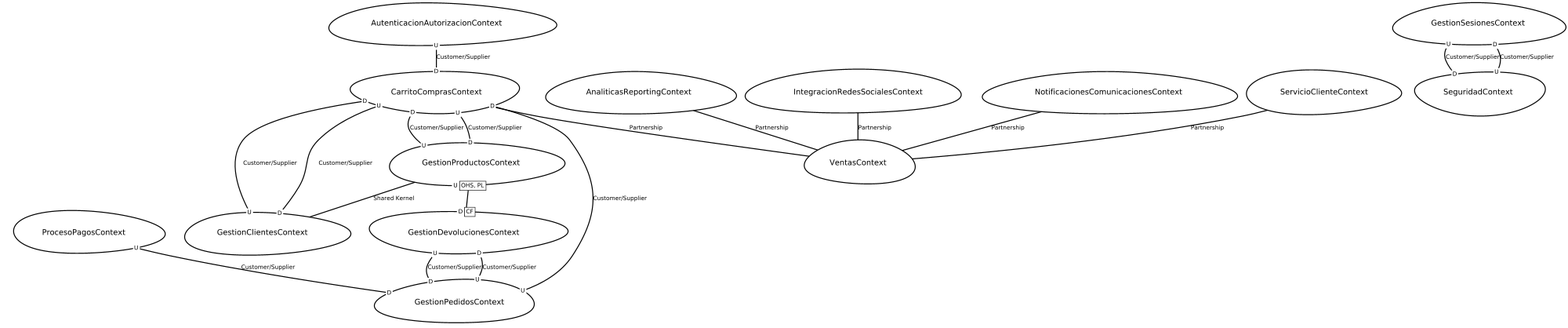
Earlier version of the Graphviz export src-gen/LAB02_proyectoEcomerce_ContexMapper_ContextMap.png (Jhonat20/LAB02_proyectoEcomerce_ContexMapper). Its source is kept beside it as src-gen/LAB02_proyectoEcomerce_ContexMapper_ContextMap.gv.
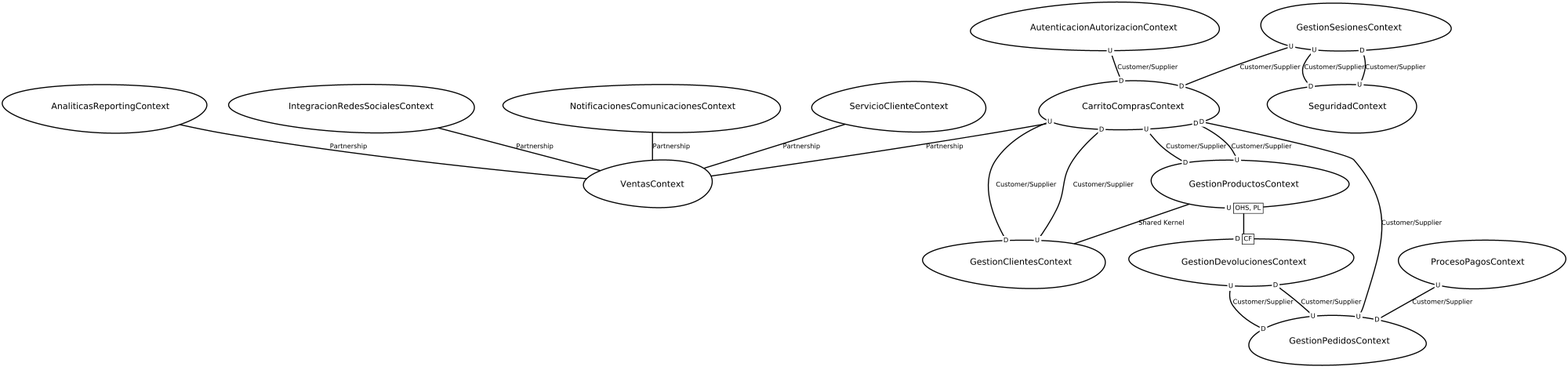
Later version of the same file.

Diff of the diagram source:
```diff
@@ -1,26 +1,21 @@
 digraph "ContextMapGraph" {
 graph ["imagepath"="/tmp/GraphvizJava"]
-"AnaliticasReportingContext" ["margin"="0.3","orientation"="70","shape"="egg","fontsize"="16","style"="bold","label"="AnaliticasReportingContext\n","fontname"="sans-serif"]
-"VentasContext" ["margin"="0.3","orientation"="142","shape"="egg","fontsize"="16","style"="bold","label"="VentasContext\n","fontname"="sans-serif"]
-"AutenticacionAutorizacionContext" ["margin"="0.3","orientation"="274","shape"="egg","fontsize"="16","style"="bold","label"="AutenticacionAutorizacionContext\n","fontname"="sans-serif"]
-"CarritoComprasContext" ["margin"="0.3","orientation"="65","shape"="egg","fontsize"="16","style"="bold","label"="CarritoComprasContext\n","fontname"="sans-serif"]
-"GestionProductosContext" ["margin"="0.3","orientation"="29","shape"="egg","fontsize"="16","style"="bold","label"="GestionProductosContext\n","fontname"="sans-serif"]
-"GestionDevolucionesContext" ["margin"="0.3","orientation"="94","shape"="egg","fontsize"="16","style"="bold","label"="GestionDevolucionesContext\n","fontname"="sans-serif"]
-"GestionPedidosContext" ["margin"="0.3","orientation"="313","shape"="egg","fontsize"="16","style"="bold","label"="GestionPedidosContext\n","fontname"="sans-serif"]
-"GestionClientesContext" ["margin"="0.3","orientation"="98","shape"="egg","fontsize"="16","style"="bold","label"="GestionClientesContext\n","fontname"="sans-serif"]
-"GestionSesionesContext" ["margin"="0.3","orientation"="345","shape"="egg","fontsize"="16","style"="bold","label"="GestionSesionesContext\n","fontname"="sans-serif"]
-"SeguridadContext" ["margin"="0.3","orientation"="119","shape"="egg","fontsize"="16","style"="bold","label"="SeguridadContext\n","fontname"="sans-serif"]
-"IntegracionRedesSocialesContext" ["margin"="0.3","orientation"="290","shape"="egg","fontsize"="16","style"="bold","label"="IntegracionRedesSocialesContext\n","fontname"="sans-serif"]
-"NotificacionesComunicacionesContext" ["margin"="0.3","orientation"="130","shape"="egg","fontsize"="16","style"="bold","label"="NotificacionesComunicacionesContext\n","fontname"="sans-serif"]
-"ProcesoPagosContext" ["margin"="0.3","orientation"="217","shape"="egg","fontsize"="16","style"="bold","label"="ProcesoPagosContext\n","fontname"="sans-serif"]
-"ServicioClienteContext" ["margin"="0.3","orientation"="69","shape"="egg","fontsize"="16","style"="bold","label"="ServicioClienteContext\n","fontname"="sans-serif"]
+"AnaliticasReportingContext" ["margin"="0.3","orientation"="3","shape"="egg","fontsize"="16","style"="bold","label"="AnaliticasReportingContext\n","fontname"="sans-serif"]
+"VentasContext" ["margin"="0.3","orientation"="323","shape"="egg","fontsize"="16","style"="bold","label"="VentasContext\n","fontname"="sans-serif"]
+"AutenticacionAutorizacionContext" ["margin"="0.3","orientation"="72","shape"="egg","fontsize"="16","style"="bold","label"="AutenticacionAutorizacionContext\n","fontname"="sans-serif"]
+"CarritoComprasContext" ["margin"="0.3","orientation"="109","shape"="egg","fontsize"="16","style"="bold","label"="CarritoComprasContext\n","fontname"="sans-serif"]
+"GestionClientesContext" ["margin"="0.3","orientation"="235","shape"="egg","fontsize"="16","style"="bold","label"="GestionClientesContext\n","fontname"="sans-serif"]
+"GestionProductosContext" ["margin"="0.3","orientation"="86","shape"="egg","fontsize"="16","style"="bold","label"="GestionProductosContext\n","fontname"="sans-serif"]
+"GestionDevolucionesContext" ["margin"="0.3","orientation"="156","shape"="egg","fontsize"="16","style"="bold","label"="GestionDevolucionesContext\n","fontname"="sans-serif"]
+"GestionPedidosContext" ["margin"="0.3","orientation"="21","shape"="egg","fontsize"="16","style"="bold","label"="GestionPedidosContext\n","fontname"="sans-serif"]
+"GestionSesionesContext" ["margin"="0.3","orientation"="159","shape"="egg","fontsize"="16","style"="bold","label"="GestionSesionesContext\n","fontname"="sans-serif"]
+"SeguridadContext" ["margin"="0.3","orientation"="25","shape"="egg","fontsize"="16","style"="bold","label"="SeguridadContext\n","fontname"="sans-serif"]
+"IntegracionRedesSocialesContext" ["margin"="0.3","orientation"="319","shape"="egg","fontsize"="16","style"="bold","label"="IntegracionRedesSocialesContext\n","fontname"="sans-serif"]
+"NotificacionesComunicacionesContext" ["margin"="0.3","orientation"="182","shape"="egg","fontsize"="16","style"="bold","label"="NotificacionesComunicacionesContext\n","fontname"="sans-serif"]
+"ProcesoPagosContext" ["margin"="0.3","orientation"="150","shape"="egg","fontsize"="16","style"="bold","label"="ProcesoPagosContext\n","fontname"="sans-serif"]
+"ServicioClienteContext" ["margin"="0.3","orientation"="160","shape"="egg","fontsize"="16","style"="bold","label"="ServicioClienteContext\n","fontname"="sans-serif"]
 "AnaliticasReportingContext" -> "VentasContext" ["fontsize"="12","style"="bold","label"="Partnership","dir"="none","fontname"="sans-serif"]
 "AutenticacionAutorizacionContext" -> "CarritoComprasContext" ["headlabel"=<<table cellspacing="0" cellborder="0" border="0">
-<tr><td bgcolor="white">D</td></tr>
-</table>>,"labeldistance"="0","fontsize"="12","taillabel"=<<table cellspacing="0" cellborder="0" border="0">
-<tr><td bgcolor="white">U</td></tr>
-</table>>,"style"="bold","label"="Customer/Supplier","dir"="none","fontname"="sans-serif"]
-"CarritoComprasContext" -> "GestionProductosContext" ["headlabel"=<<table cellspacing="0" cellborder="0" border="0">
 <tr><td bgcolor="white">D</td></tr>
 </table>>,"labeldistance"="0","fontsize"="12","taillabel"=<<table cellspacing="0" cellborder="0" border="0">
 <tr><td bgcolor="white">U</td></tr>
@@ -31,17 +26,27 @@
 <tr><td bgcolor="white">U</td></tr>
 </table>>,"style"="bold","label"="Customer/Supplier","dir"="none","fontname"="sans-serif"]
 "CarritoComprasContext" -> "VentasContext" ["fontsize"="12","style"="bold","label"="Partnership","dir"="none","fontname"="sans-serif"]
+"CarritoComprasContext" -> "GestionProductosContext" ["headlabel"=<<table cellspacing="0" cellborder="0" border="0">
+<tr><td bgcolor="white">D</td></tr>
+</table>>,"labeldistance"="0","fontsize"="12","taillabel"=<<table cellspacing="0" cellborder="0" border="0">
+<tr><td bgcolor="white">U</td></tr>
+</table>>,"style"="bold","label"="Customer/Supplier","dir"="none","fontname"="sans-serif"]
+"GestionClientesContext" -> "CarritoComprasContext" ["headlabel"=<<table cellspacing="0" cellborder="0" border="0">
+<tr><td bgcolor="white">D</td></tr>
+</table>>,"labeldistance"="0","fontsize"="12","taillabel"=<<table cellspacing="0" cellborder="0" border="0">
+<tr><td bgcolor="white">U</td></tr>
+</table>>,"style"="bold","label"="Customer/Supplier","dir"="none","fontname"="sans-serif"]
+"GestionProductosContext" -> "GestionClientesContext" ["fontsize"="12","style"="bold","label"="Shared Kernel","dir"="none","fontname"="sans-serif"]
+"GestionProductosContext" -> "GestionDevolucionesContext" ["headlabel"=<<table cellspacing="0" cellborder="1" border="0">
+<tr><td bgcolor="white" sides="r">D</td><td sides="trbl" bgcolor="white"><font>CF</font></td></tr>
+</table>>,"labeldistance"="0","fontsize"="12","taillabel"=<<table cellspacing="0" cellborder="1" border="0">
+<tr><td bgcolor="white" sides="r">U</td><td sides="trbl" bgcolor="white"><font>OHS, PL</font></td></tr>
+</table>>,"style"="bold","label"="                                        ","dir"="none","fontname"="sans-serif"]
 "GestionProductosContext" -> "CarritoComprasContext" ["headlabel"=<<table cellspacing="0" cellborder="0" border="0">
 <tr><td bgcolor="white">D</td></tr>
 </table>>,"labeldistance"="0","fontsize"="12","taillabel"=<<table cellspacing="0" cellborder="0" border="0">
 <tr><td bgcolor="white">U</td></tr>
 </table>>,"style"="bold","label"="Customer/Supplier","dir"="none","fontname"="sans-serif"]
-"GestionProductosContext" -> "GestionDevolucionesContext" ["headlabel"=<<table cellspacing="0" cellborder="1" border="0">
-<tr><td bgcolor="white" sides="r">D</td><td sides="trbl" bgcolor="white"><font>CF</font></td></tr>
-</table>>,"labeldistance"="0","fontsize"="12","taillabel"=<<table cellspacing="0" cellborder="1" border="0">
-<tr><td bgcolor="white" sides="r">U</td><td sides="trbl" bgcolor="white"><font>OHS, PL</font></td></tr>
-</table>>,"style"="bold","label"="                                        ","dir"="none","fontname"="sans-serif"]
-"GestionProductosContext" -> "GestionClientesContext" ["fontsize"="12","style"="bold","label"="Shared Kernel","dir"="none","fontname"="sans-serif"]
 "GestionDevolucionesContext" -> "GestionPedidosContext" ["headlabel"=<<table cellspacing="0" cellborder="0" border="0">
 <tr><td bgcolor="white">D</td></tr>
 </table>>,"labeldistance"="0","fontsize"="12","taillabel"=<<table cellspacing="0" cellborder="0" border="0">
@@ -57,7 +62,7 @@
 </table>>,"labeldistance"="0","fontsize"="12","taillabel"=<<table cellspacing="0" cellborder="0" border="0">
 <tr><td bgcolor="white">U</td></tr>
 </table>>,"style"="bold","label"="Customer/Supplier","dir"="none","fontname"="sans-serif"]
-"GestionClientesContext" -> "CarritoComprasContext" ["headlabel"=<<table cellspacing="0" cellborder="0" border="0">
+"GestionSesionesContext" -> "CarritoComprasContext" ["headlabel"=<<table cellspacing="0" cellborder="0" border="0">
 <tr><td bgcolor="white">D</td></tr>
 </table>>,"labeldistance"="0","fontsize"="12","taillabel"=<<table cellspacing="0" cellborder="0" border="0">
 <tr><td bgcolor="white">U</td></tr>
```
